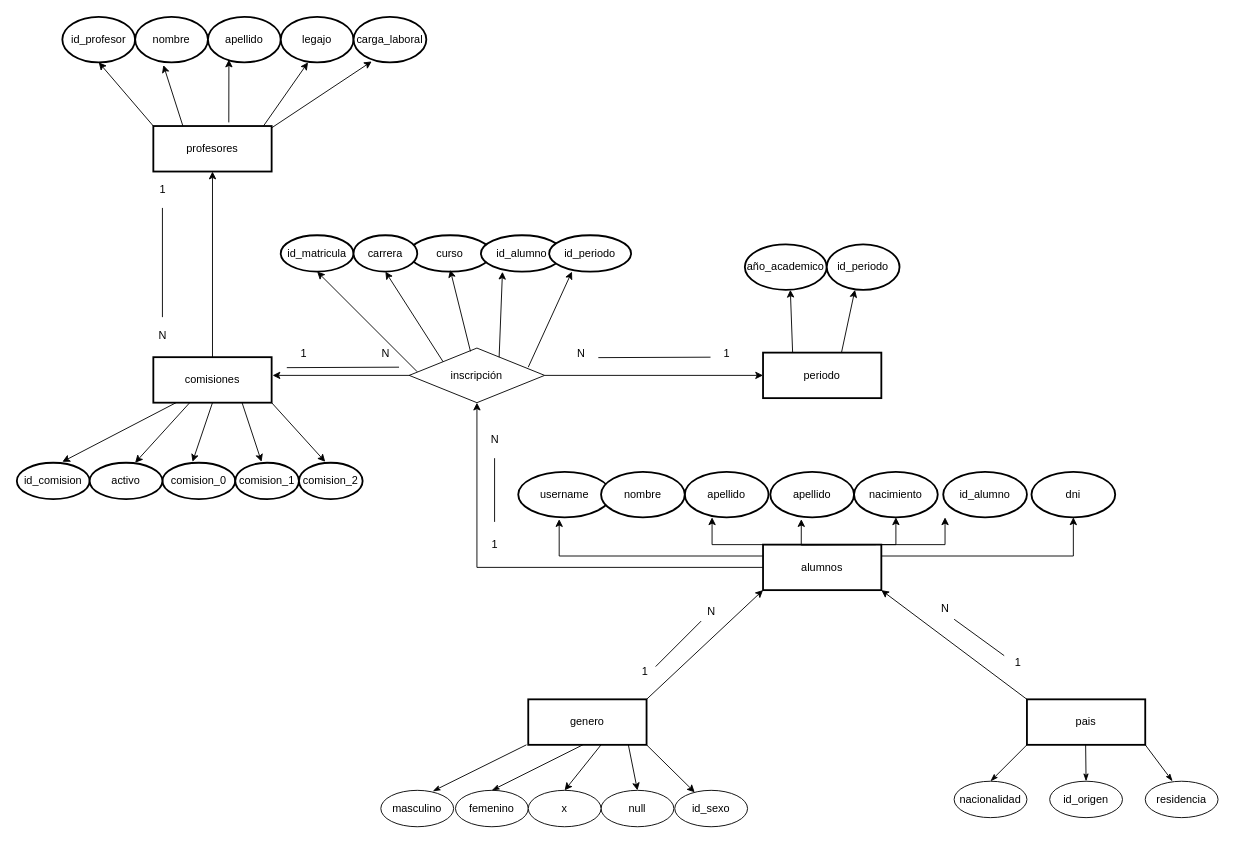
The draw.io diagram Diagrama sin título.drawio in arcv1337/arcv1337, before the edit. Source tidied: cells renumbered, new cells numbered last; positions are measured from the earlier drawing's top-left corner, leaving out a move shared by most shapes. Both pictures are drawn from the tidied source at 91%, with x=0, y=0 at pixel (16, 16).
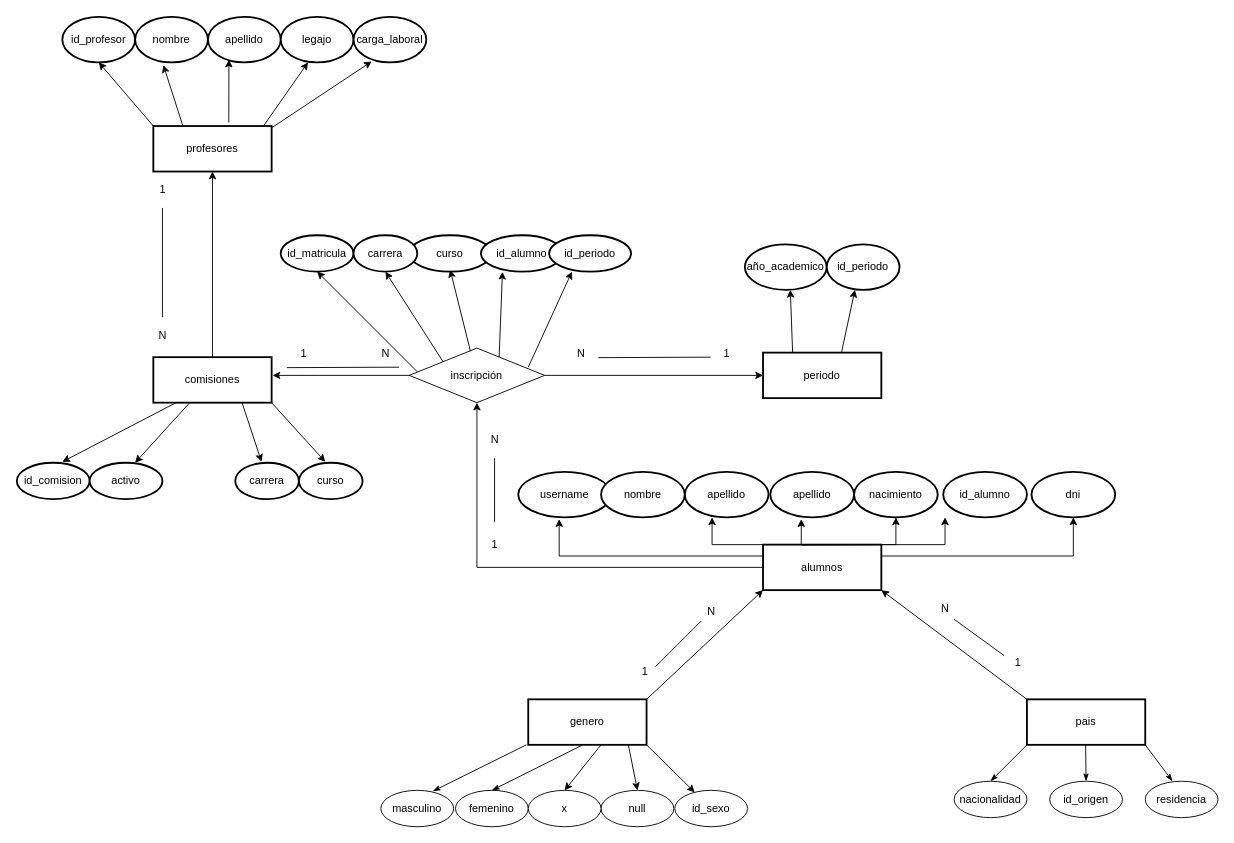
The same page after the edit.

The change refers to these unchanged cells:
```xml
<mxCell id="40" value="comisiones" style="rounded=0;whiteSpace=wrap;html=1;strokeWidth=2;fontSize=12;" parent="1" vertex="1">
  <mxGeometry x="150" y="374" width="130" height="50" as="geometry" />
</mxCell>
```

Diff of the diagram source:
```diff
@@
-    <mxCell id="48" style="endArrow=classic;html=1;rounded=0;fontSize=12;entryX=0.413;entryY=-0.025;entryDx=0;entryDy=0;entryPerimeter=0;exitX=0.5;exitY=1;exitDx=0;exitDy=0;" parent="1" edge="1" source="40" target="49">
-      <mxGeometry relative="1" as="geometry" />
-    </mxCell>
-    <mxCell id="49" value="comision_0" style="ellipse;whiteSpace=wrap;html=1;strokeWidth=2;" parent="1" vertex="1">
-      <mxGeometry x="160" y="490" width="80" height="40" as="geometry" />
-    </mxCell>
@@
-    <mxCell id="51" value="comision_1&lt;br&gt;" style="ellipse;whiteSpace=wrap;html=1;strokeWidth=2;" parent="1" vertex="1">
+    <mxCell id="51" value="carrera" style="ellipse;whiteSpace=wrap;html=1;strokeWidth=2;" parent="1" vertex="1">
       <mxGeometry x="240" y="490" width="70" height="40" as="geometry" />
     </mxCell>
@@
-    <mxCell id="53" value="comision_2" style="ellipse;whiteSpace=wrap;html=1;strokeWidth=2;" parent="1" vertex="1">
+    <mxCell id="53" value="curso" style="ellipse;whiteSpace=wrap;html=1;strokeWidth=2;" parent="1" vertex="1">
       <mxGeometry x="310" y="490" width="70" height="40" as="geometry" />
     </mxCell>
```
